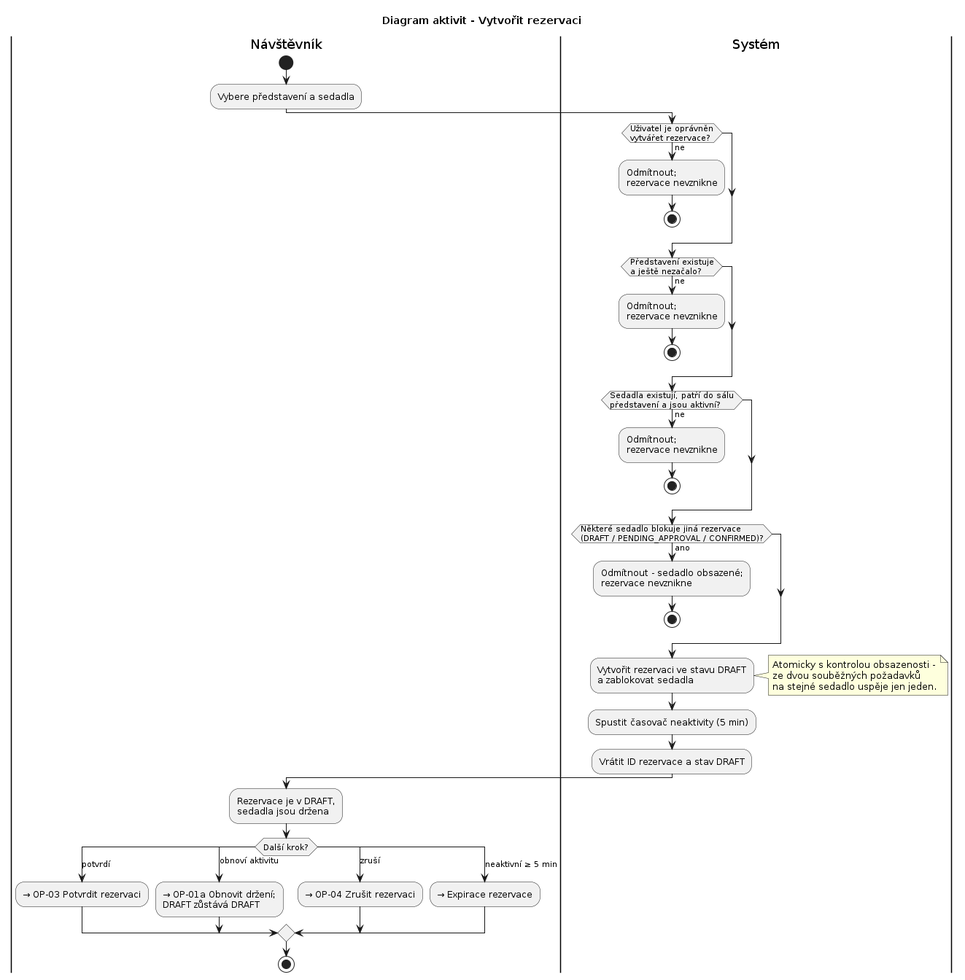
Before: docs/diagrams/c02/activity-op01-create.png, a diagram exported from PlantUML (jn-flk/SWI).
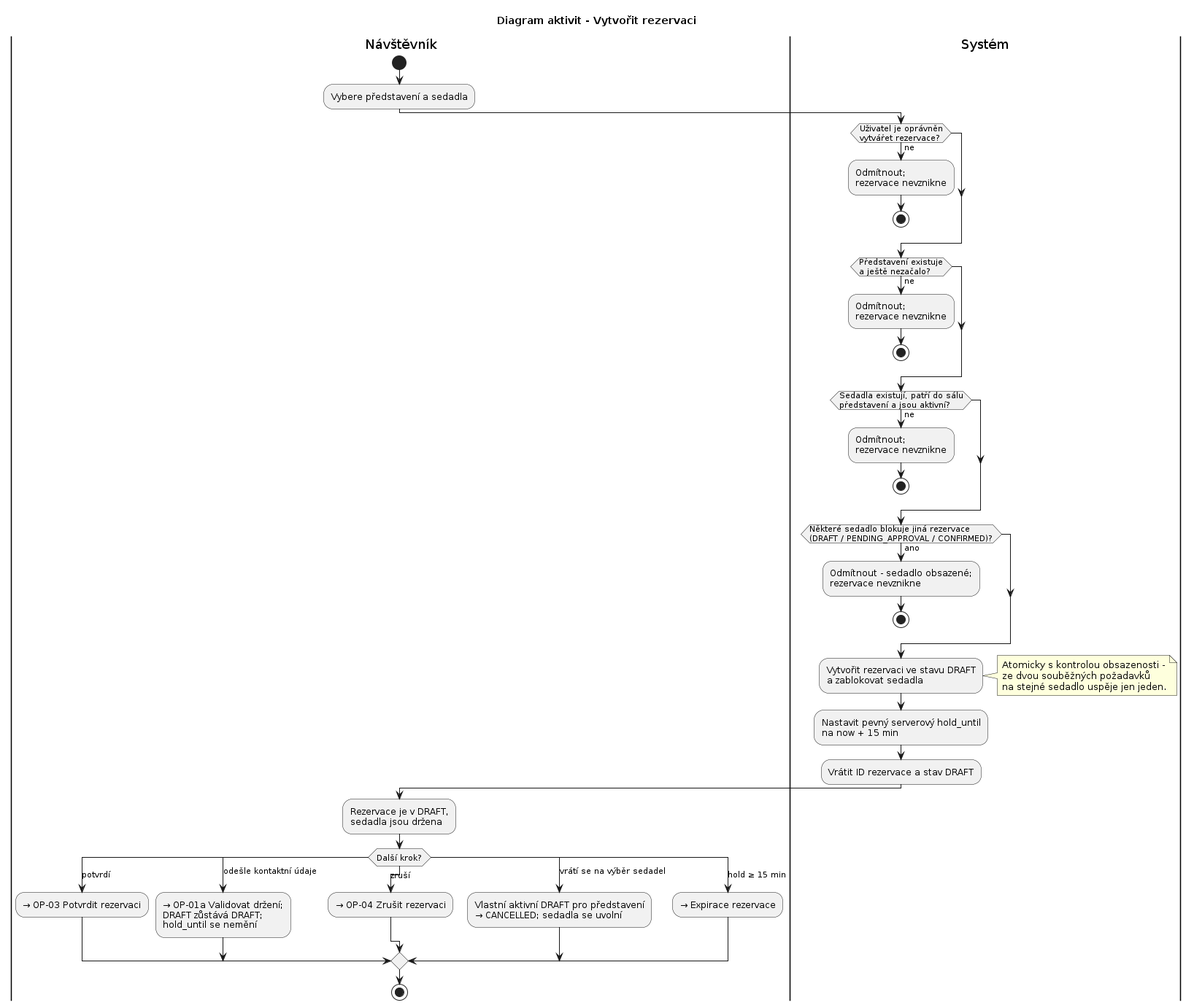
The same file after the commit.

The edit, as a diff of the source:
```diff
@@ -27,18 +27,20 @@
   ze dvou souběžných požadavků
   na stejné sedadlo uspěje jen jeden.
 end note
-:Spustit časovač neaktivity (5 min);
+:Nastavit pevný serverový hold_until\nna now + 15 min;
 :Vrátit ID rezervace a stav DRAFT;
 |Návštěvník|
 :Rezervace je v DRAFT,\nsedadla jsou držena;
 switch (Další krok?)
 case (potvrdí)
   :→ OP-03 Potvrdit rezervaci;
-case (obnoví aktivitu)
-  :→ OP-01a Obnovit držení;\nDRAFT zůstává DRAFT;
+case (odešle kontaktní údaje)
+  :→ OP-01a Validovat držení;\nDRAFT zůstává DRAFT;\nhold_until se nemění;
 case (zruší)
   :→ OP-04 Zrušit rezervaci;
-case (neaktivní ≥ 5 min)
+case (vrátí se na výběr sedadel)
+  :Vlastní aktivní DRAFT pro představení\n→ CANCELLED; sedadla se uvolní;
+case (hold ≥ 15 min)
   :→ Expirace rezervace;
 endswitch
 stop
```
